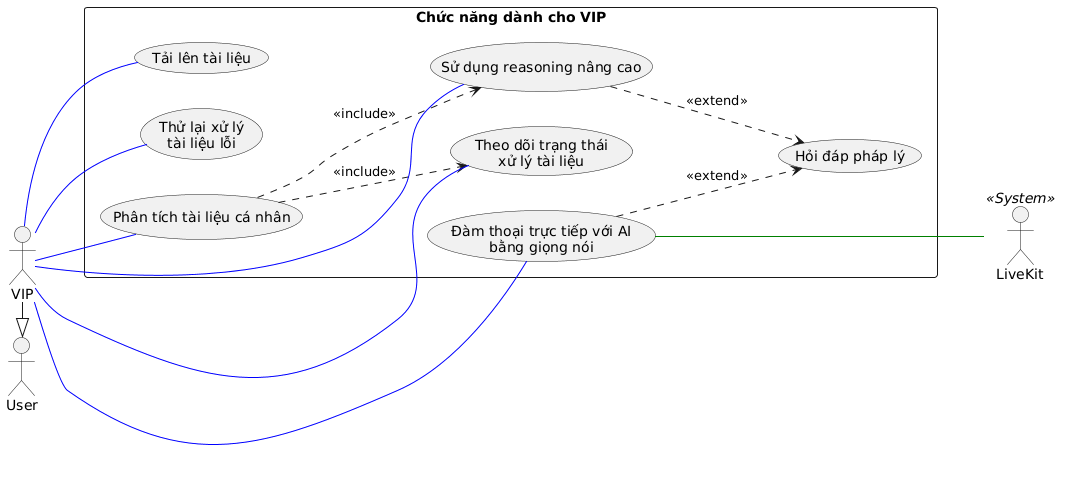
Above: temp/01-UseCase/UML-UseCase-VIP.png in 20206205Tech/docs-uml (PlantUML), before the change.
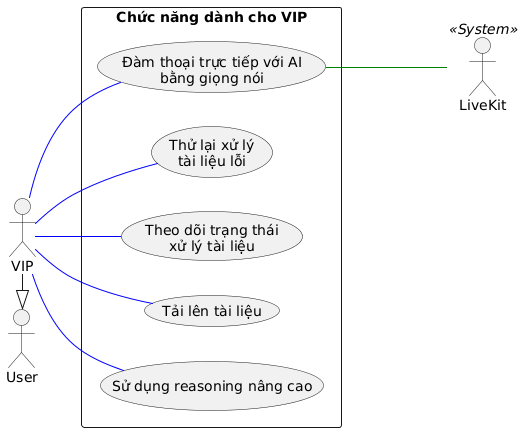
After the change.

What changed in the source:
```diff
@@ -10,18 +10,11 @@
 VIP -|> User
 
 rectangle "Chức năng dành cho VIP" {
-  usecase "Hỏi đáp pháp lý" as UC_Chat
   usecase "Sử dụng reasoning nâng cao" as UC_AdvancedReasoning
-  usecase "Đàm thoại trực tiếp với AI\nbằng giọng nói" as UC_VoiceChat
   usecase "Tải lên tài liệu" as UC_UploadDocument
   usecase "Theo dõi trạng thái\nxử lý tài liệu" as UC_DocumentStatus
   usecase "Thử lại xử lý\ntài liệu lỗi" as UC_RetryDocument
-  usecase "Phân tích tài liệu cá nhân" as UC_AnalyzeDocument
-
-  UC_VoiceChat ..> UC_Chat : <<extend>>
-  UC_AdvancedReasoning ..> UC_Chat : <<extend>>
-  UC_AnalyzeDocument ..> UC_AdvancedReasoning : <<include>>
-  UC_AnalyzeDocument ..> UC_DocumentStatus : <<include>>
+  usecase "Đàm thoại trực tiếp với AI\nbằng giọng nói" as UC_VoiceChat
 }
 
 VIP -- UC_AdvancedReasoning #blue
@@ -29,7 +22,6 @@
 VIP -- UC_UploadDocument #blue
 VIP -- UC_DocumentStatus #blue
 VIP -- UC_RetryDocument #blue
-VIP -- UC_AnalyzeDocument #blue
 
 UC_VoiceChat --- LiveKit #green
 @enduml
```
